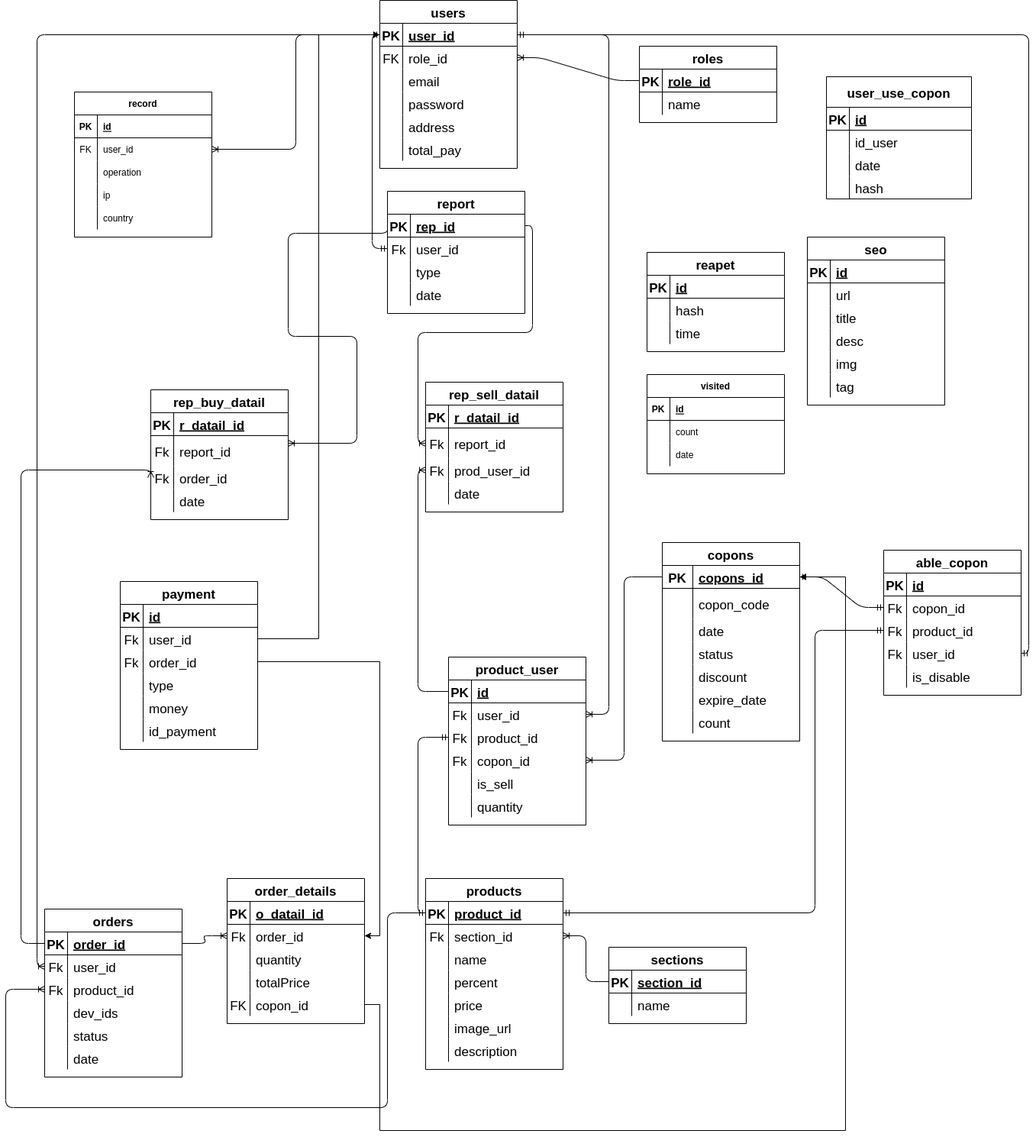
This is ecommerce.png from fadel-hasan/e-commerce, a draw.io export, as it was before one commit. Source tidied: cells renumbered, new cells last; positions are measured from the earlier drawing's top-left corner, leaving out a move shared by most shapes.
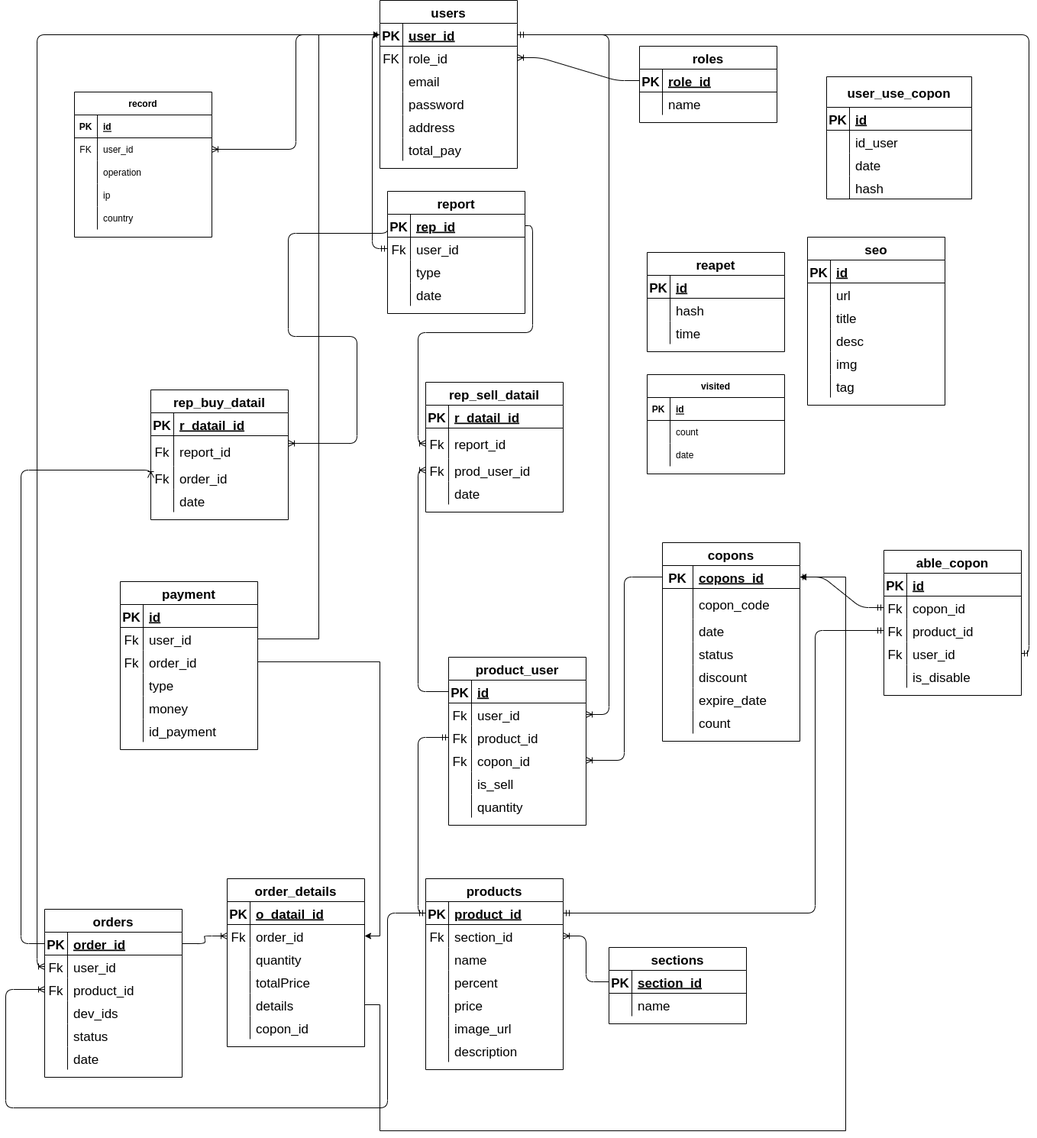
Later version of the same file.

What changed in the source:
```diff
@@ -336,7 +336,7 @@
       <mxGeometry relative="1" as="geometry" />
     </mxCell>
     <mxCell id="113" value="order_details" style="shape=table;startSize=30;rowLines=0;fontStyle=1;align=center;fontSize=17;strokeWidth=1;" parent="1" vertex="1">
-      <mxGeometry x="290" y="1150" width="180" height="190" as="geometry" />
+      <mxGeometry x="290" y="1150" width="180" height="220" as="geometry" />
     </mxCell>
     <mxCell id="114" style="shape=partialRectangle;fillColor=none;top=0;left=0;bottom=1;right=0;fontSize=17;strokeWidth=1;" parent="113" vertex="1">
       <mxGeometry y="30" width="180" height="30" as="geometry" />
@@ -374,10 +374,19 @@
     <mxCell id="125" value="totalPrice" style="shape=partialRectangle;fillColor=none;top=0;left=0;bottom=0;right=0;align=left;spacingLeft=6;overflow=hidden;fontSize=17;strokeWidth=1;" parent="123" vertex="1">
       <mxGeometry x="30" width="150" height="30" as="geometry" />
     </mxCell>
+    <mxCell id="295" style="shape=partialRectangle;fillColor=none;top=0;left=0;bottom=0;right=0;fontSize=17;strokeWidth=1;" parent="113" vertex="1">
+      <mxGeometry y="150" width="180" height="30" as="geometry" />
+    </mxCell>
+    <mxCell id="296" style="shape=partialRectangle;fillColor=none;top=0;left=0;bottom=0;right=0;overflow=hidden;fontSize=17;strokeWidth=1;" parent="295" vertex="1">
+      <mxGeometry width="30" height="30" as="geometry" />
+    </mxCell>
+    <mxCell id="297" value="details" style="shape=partialRectangle;fillColor=none;top=0;left=0;bottom=0;right=0;align=left;spacingLeft=6;overflow=hidden;fontSize=17;strokeWidth=1;" parent="295" vertex="1">
+      <mxGeometry x="30" width="150" height="30" as="geometry" />
+    </mxCell>
     <mxCell id="126" style="shape=partialRectangle;fillColor=none;top=0;left=0;bottom=0;right=0;points=[[0,0.5],[1,0.5]];portConstraint=eastwest;fontSize=17;strokeWidth=1;" parent="113" vertex="1">
-      <mxGeometry y="150" width="180" height="30" as="geometry" />
+      <mxGeometry y="180" width="180" height="30" as="geometry" />
     </mxCell>
-    <mxCell id="127" value="FK" style="shape=partialRectangle;fillColor=none;top=0;left=0;bottom=0;right=0;overflow=hidden;fontSize=17;strokeWidth=1;" parent="126" vertex="1">
+    <mxCell id="127" style="shape=partialRectangle;fillColor=none;top=0;left=0;bottom=0;right=0;overflow=hidden;fontSize=17;strokeWidth=1;" parent="126" vertex="1">
       <mxGeometry width="30" height="30" as="geometry" />
     </mxCell>
     <mxCell id="128" value="copon_id" style="shape=partialRectangle;fillColor=none;top=0;left=0;bottom=0;right=0;align=left;spacingLeft=6;overflow=hidden;fontSize=17;strokeWidth=1;" parent="126" vertex="1">
```
